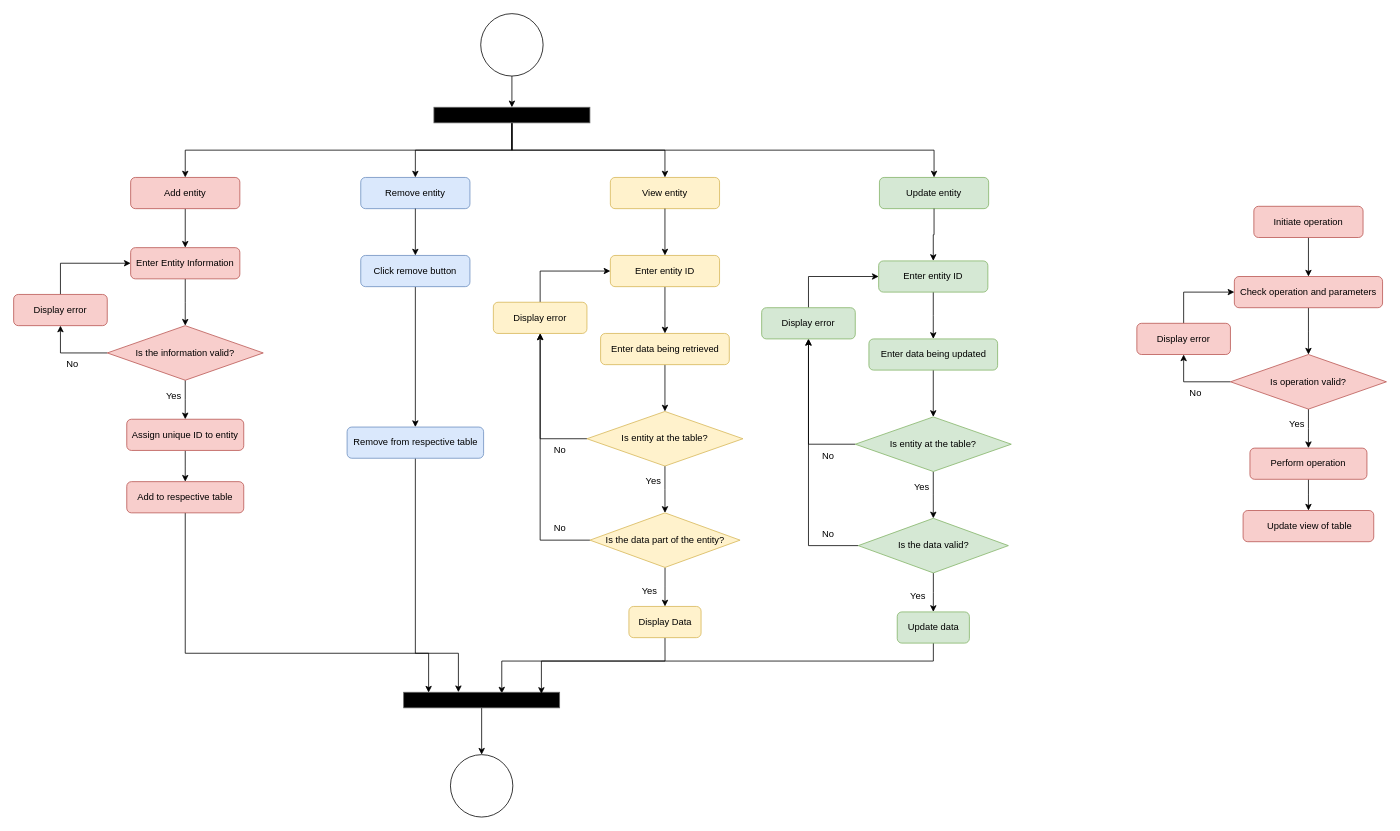
Above: page "Activity" (1 of 6) of 2021/specs/design/draw.io files/AdminUML.drawio in JohnAPedagogy/ProgressiveStudentHackathon (draw.io), before the change. Source tidied: cells renumbered, new cells numbered last; positions are measured from the earlier drawing's top-left corner, leaving out a move shared by most shapes. Both pictures are drawn from the tidied source at 78%, with x=0, y=0 at pixel (13, 13).
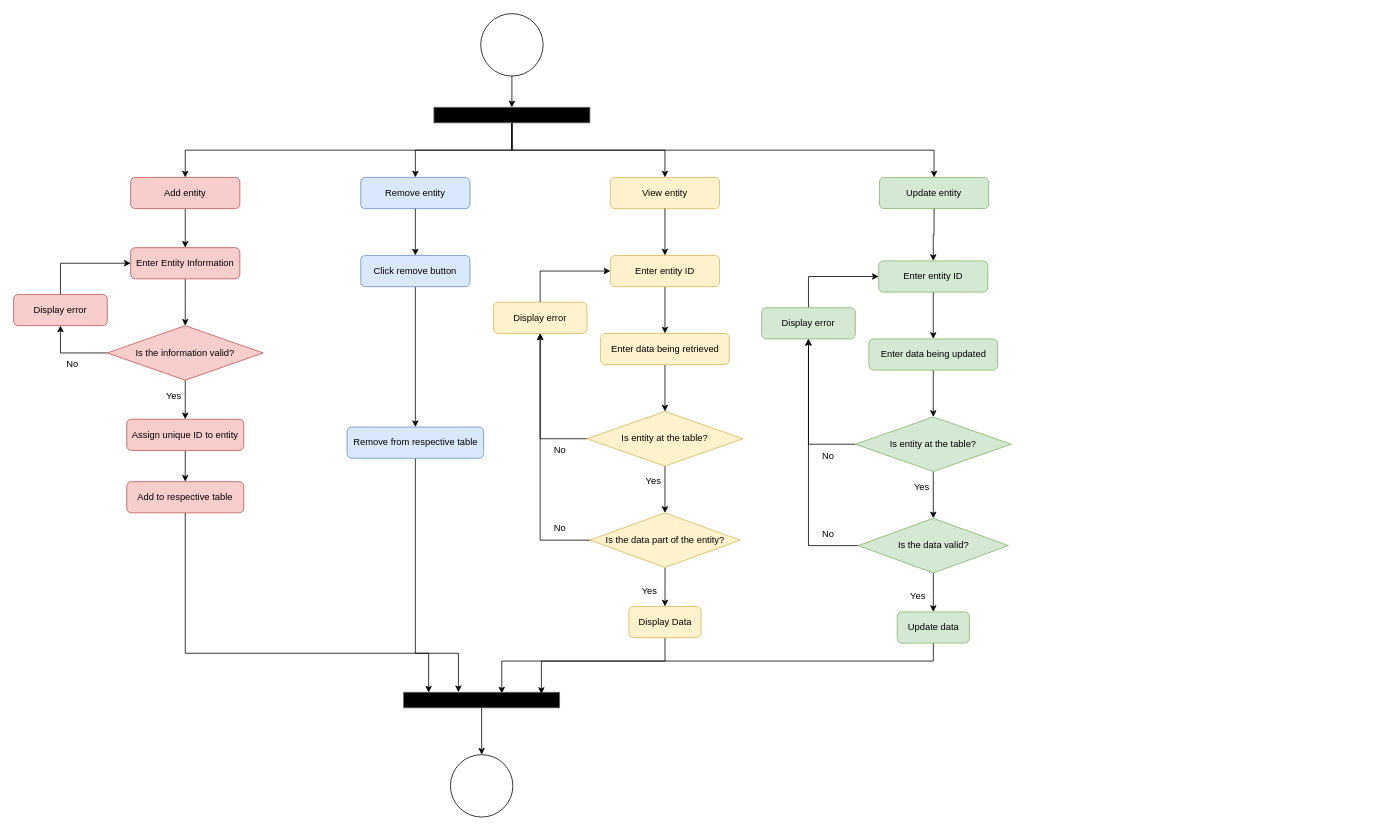
After the change.

Change to the diagram source:
```diff
@@
-    <mxCell id="73" style="edgeStyle=orthogonalEdgeStyle;rounded=0;jettySize=auto;html=1;" parent="1" edge="1" source="74">
-      <mxGeometry relative="1" as="geometry">
-        <mxPoint x="1660" y="437" as="targetPoint" />
-      </mxGeometry>
-    </mxCell>
-    <mxCell id="74" value="Check operation and parameters" style="rounded=1;whiteSpace=wrap;html=1;fillColor=#f8cecc;strokeColor=#b85450;" parent="1" vertex="1">
-      <mxGeometry x="1565" y="337" width="190" height="40" as="geometry" />
-    </mxCell>
-    <mxCell id="75" style="edgeStyle=orthogonalEdgeStyle;rounded=0;jettySize=auto;html=1;entryX=0.5;entryY=1;entryDx=0;entryDy=0;exitX=0;exitY=0.5;exitDx=0;exitDy=0;" parent="1" edge="1" source="77" target="79">
-      <mxGeometry relative="1" as="geometry" />
-    </mxCell>
-    <mxCell id="76" style="edgeStyle=orthogonalEdgeStyle;rounded=0;jettySize=auto;html=1;" parent="1" edge="1" source="77">
-      <mxGeometry relative="1" as="geometry">
-        <mxPoint x="1660" y="557" as="targetPoint" />
-      </mxGeometry>
-    </mxCell>
-    <mxCell id="77" value="Is operation valid?" style="rhombus;whiteSpace=wrap;html=1;fillColor=#f8cecc;strokeColor=#b85450;" parent="1" vertex="1">
-      <mxGeometry x="1560" y="437" width="200" height="70" as="geometry" />
-    </mxCell>
-    <mxCell id="78" style="edgeStyle=orthogonalEdgeStyle;rounded=0;jettySize=auto;html=1;exitX=0.5;exitY=0;exitDx=0;exitDy=0;entryX=0;entryY=0.5;entryDx=0;entryDy=0;" parent="1" edge="1" source="79" target="74">
-      <mxGeometry relative="1" as="geometry" />
-    </mxCell>
-    <mxCell id="79" value="Display error" style="rounded=1;whiteSpace=wrap;html=1;fillColor=#f8cecc;strokeColor=#b85450;" parent="1" vertex="1">
-      <mxGeometry x="1440" y="397" width="120" height="40" as="geometry" />
-    </mxCell>
-    <mxCell id="80" style="edgeStyle=orthogonalEdgeStyle;rounded=0;jettySize=auto;html=1;" parent="1" edge="1" source="81">
-      <mxGeometry relative="1" as="geometry">
-        <mxPoint x="1660" y="637" as="targetPoint" />
-      </mxGeometry>
-    </mxCell>
-    <mxCell id="81" value="Perform operation" style="rounded=1;whiteSpace=wrap;html=1;fillColor=#f8cecc;strokeColor=#b85450;" parent="1" vertex="1">
-      <mxGeometry x="1585" y="557" width="150" height="40" as="geometry" />
-    </mxCell>
-    <mxCell id="82" value="&amp;nbsp;Update view of table" style="rounded=1;whiteSpace=wrap;html=1;fillColor=#f8cecc;strokeColor=#b85450;" parent="1" vertex="1">
-      <mxGeometry x="1576.2" y="637" width="167.5" height="40" as="geometry" />
-    </mxCell>
-    <mxCell id="83" style="edgeStyle=orthogonalEdgeStyle;rounded=0;jettySize=auto;html=1;entryX=0.5;entryY=0;entryDx=0;entryDy=0;" parent="1" edge="1" source="84" target="74">
-      <mxGeometry relative="1" as="geometry" />
-    </mxCell>
-    <mxCell id="84" value="Initiate operation" style="rounded=1;whiteSpace=wrap;html=1;fillColor=#f8cecc;strokeColor=#b85450;" parent="1" vertex="1">
-      <mxGeometry x="1590" y="247" width="140" height="40" as="geometry" />
-    </mxCell>
-    <mxCell id="85" value="No" style="text;html=1;align=center;verticalAlign=middle;strokeColor=none;" parent="1" vertex="1">
-      <mxGeometry x="1500" y="477" width="30" height="20" as="geometry" />
-    </mxCell>
-    <mxCell id="86" value="Yes" style="text;html=1;align=center;verticalAlign=middle;strokeColor=none;" parent="1" vertex="1">
-      <mxGeometry x="1630" y="517" width="30" height="20" as="geometry" />
-    </mxCell>
```
